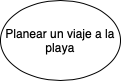
This is travelBeach.png from missphoneme/ejercicios-kodemia, a draw.io export, as it was before one commit. Source tidied: cells renumbered, new cells last; positions are measured from the earlier drawing's top-left corner, leaving out a move shared by most shapes.
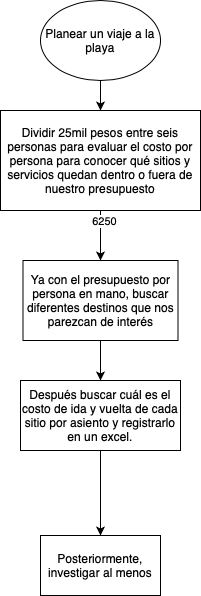
Later version of the same file.

What changed in the source:
```diff
@@ -2,8 +2,35 @@
   <root>
     <mxCell id="0" />
     <mxCell id="1" parent="0" />
+    <mxCell id="3" style="edgeStyle=orthogonalEdgeStyle;rounded=0;jettySize=auto;html=1;" parent="1" edge="1" source="2" target="6">
+      <mxGeometry relative="1" as="geometry" />
+    </mxCell>
     <mxCell id="2" value="Planear un viaje a la playa" style="ellipse;whiteSpace=wrap;html=1;" parent="1" vertex="1">
       <mxGeometry width="120" height="80" as="geometry" />
     </mxCell>
+    <mxCell id="4" style="edgeStyle=orthogonalEdgeStyle;rounded=0;jettySize=auto;html=1;" parent="1" edge="1" source="6" target="8">
+      <mxGeometry relative="1" as="geometry" />
+    </mxCell>
+    <mxCell id="5" value="6250" style="edgeLabel;html=1;align=center;verticalAlign=middle;" parent="4" vertex="1">
+      <mxGeometry x="-0.6" y="3" relative="1" as="geometry" />
+    </mxCell>
+    <mxCell id="6" value="Dividir 25mil pesos entre seis personas para evaluar el costo por persona para conocer qué sitios y servicios quedan dentro o fuera de nuestro presupuesto" style="rounded=0;whiteSpace=wrap;html=1;" parent="1" vertex="1">
+      <mxGeometry x="-40" y="110" width="200" height="100" as="geometry" />
+    </mxCell>
+    <mxCell id="7" style="edgeStyle=orthogonalEdgeStyle;rounded=0;jettySize=auto;html=1;" parent="1" edge="1" source="8" target="10">
+      <mxGeometry relative="1" as="geometry" />
+    </mxCell>
+    <mxCell id="8" value="Ya con el presupuesto por persona en mano, buscar diferentes destinos que nos parezcan de interés" style="rounded=0;whiteSpace=wrap;html=1;" parent="1" vertex="1">
+      <mxGeometry x="-17.5" y="260" width="155" height="80" as="geometry" />
+    </mxCell>
+    <mxCell id="9" style="edgeStyle=orthogonalEdgeStyle;rounded=0;jettySize=auto;html=1;" parent="1" edge="1" source="10" target="11">
+      <mxGeometry relative="1" as="geometry" />
+    </mxCell>
+    <mxCell id="10" value="Después buscar cuál es el costo de ida y vuelta de cada sitio por asiento y registrarlo en un excel." style="rounded=0;whiteSpace=wrap;html=1;" parent="1" vertex="1">
+      <mxGeometry x="-20" y="380" width="160" height="70" as="geometry" />
+    </mxCell>
+    <mxCell id="11" value="Posteriormente, investigar al menos" style="whiteSpace=wrap;html=1;rounded=0;" parent="1" vertex="1">
+      <mxGeometry y="535" width="120" height="60" as="geometry" />
+    </mxCell>
   </root>
 </mxGraphModel>
```
